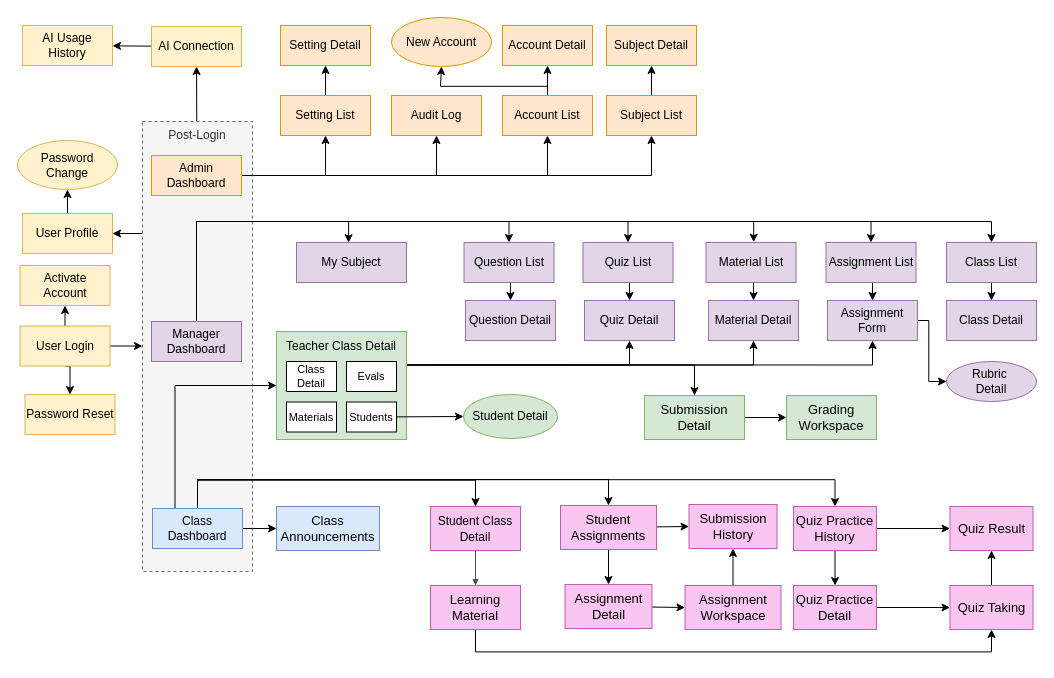
Above: page "Page-2" (2 of 2) of docs/G21_Diagrams.drawio in hygef-v4/AI-Powered-Learning-Platform (draw.io), before the change. Source tidied: cells renumbered, new cells numbered last; positions are measured from the earlier drawing's top-left corner, leaving out a move shared by most shapes. Both pictures are drawn from the tidied source at 100%, with x=0, y=0 at pixel (17, 17).
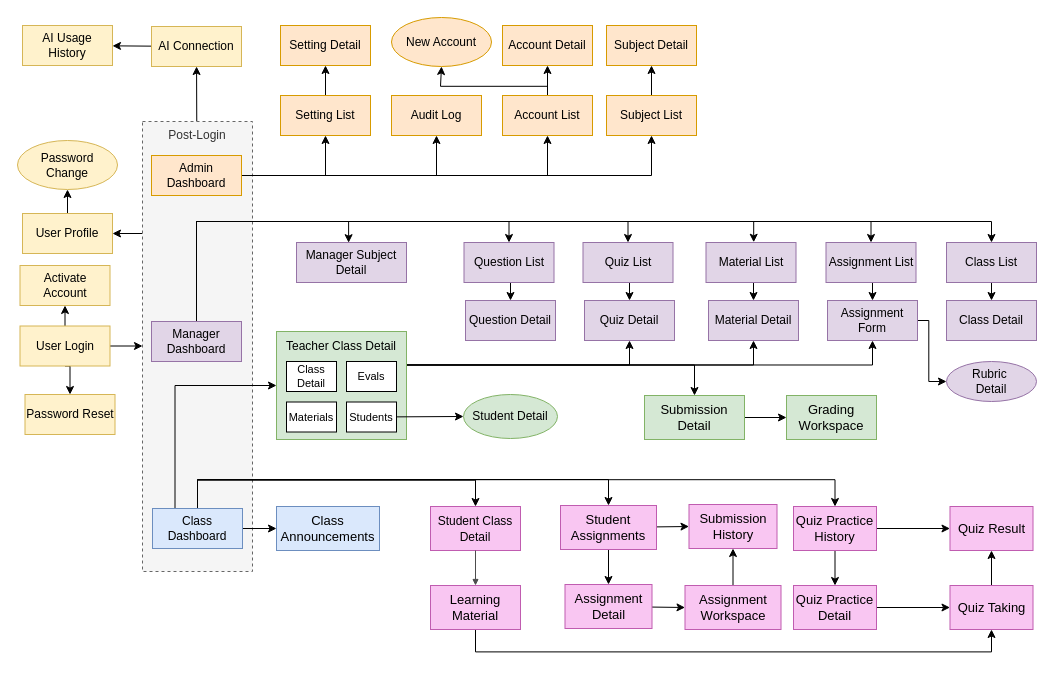
After the change.

Change to the diagram source:
```diff
@@
-    <mxCell id="58" value="My Subject" style="rounded=0;whiteSpace=wrap;html=1;fillColor=#e1d5e7;strokeColor=#9673a6;" parent="1" vertex="1">
+    <mxCell id="58" value="Manager Subject Detail" style="rounded=0;whiteSpace=wrap;html=1;fillColor=#e1d5e7;strokeColor=#9673a6;" parent="1" vertex="1">
       <mxGeometry x="279" y="225" width="110" height="40" as="geometry" />
     </mxCell>
```
